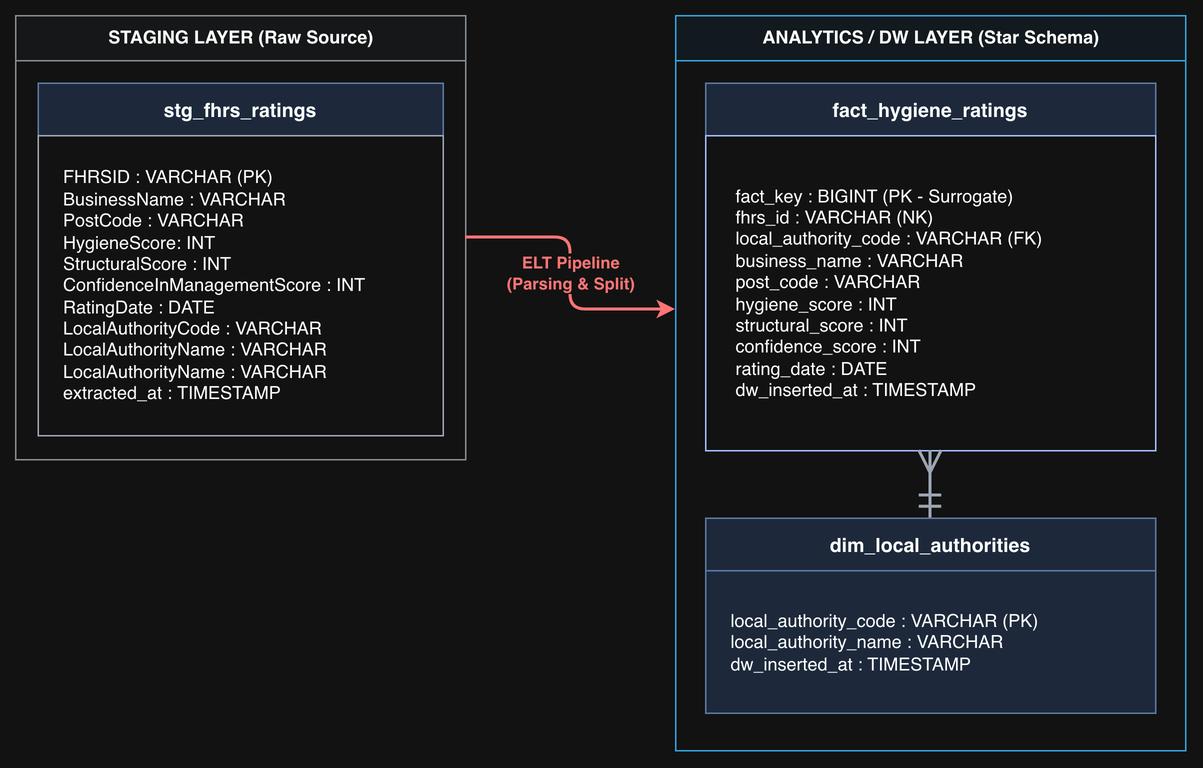
Above: fhrs.drawio.png in day-lee/london-restaurant-hygiene-pipeline (draw.io), before the change. Source tidied: cells renumbered, new cells last; positions are measured from the earlier drawing's top-left corner, leaving out a move shared by most shapes.
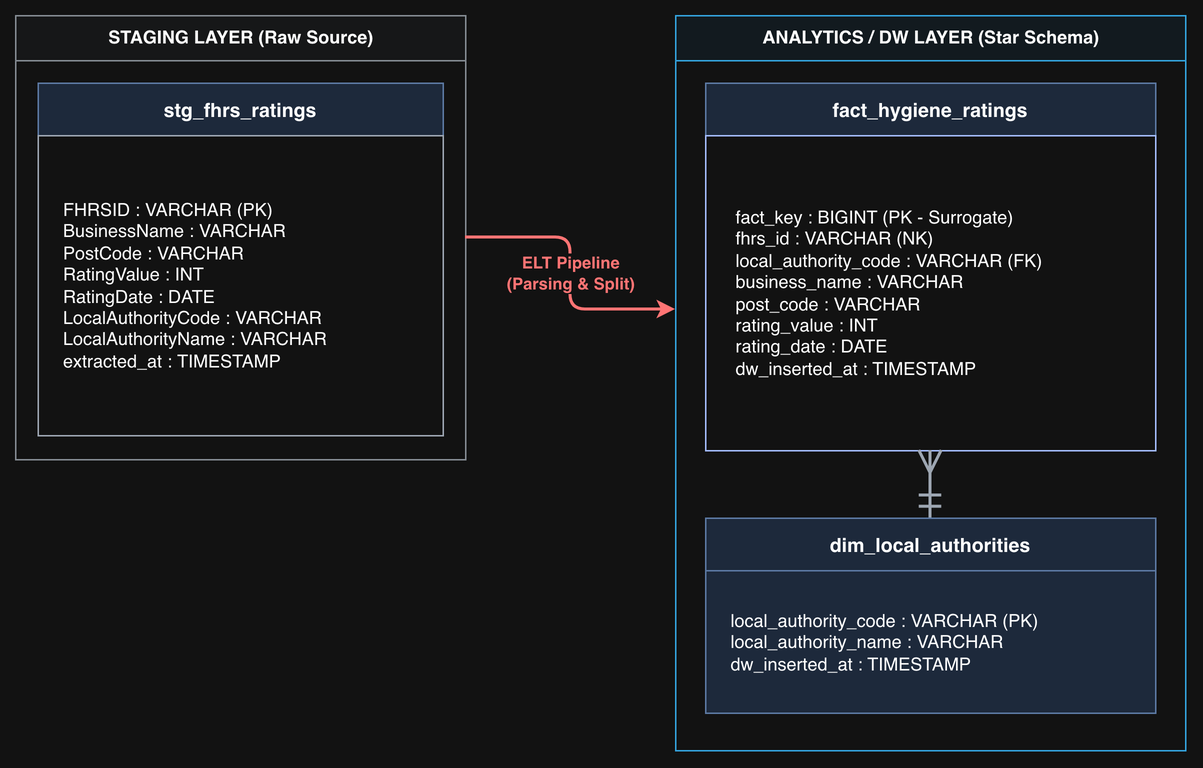
The same diagram one commit later.

Commit message:
Update schema img

What changed in the source:
```diff
@@ -8,7 +8,7 @@
     <mxCell id="3" value="stg_fhrs_ratings" style="rounded=0;whiteSpace=wrap;html=1;fontStyle=1;fontSize=13;align=center;fillColor=#dae8fc;strokeColor=#6c8ebf;" parent="2" vertex="1">
       <mxGeometry x="15" y="45" width="270" height="35" as="geometry" />
     </mxCell>
-    <mxCell id="4" value="FHRSID : VARCHAR (PK)&lt;br&gt;BusinessName : VARCHAR&lt;div&gt;PostCode : VARCHAR&lt;br&gt;HygieneScore&lt;span style=&quot;background-color: transparent; color: light-dark(rgb(0, 0, 0), rgb(255, 255, 255));&quot;&gt;: INT&lt;/span&gt;&lt;div&gt;StructuralScore : INT&lt;br&gt;ConfidenceInManagementScore : INT&lt;br&gt;RatingDate : DATE&lt;br&gt;LocalAuthorityCode : VARCHAR&lt;br&gt;LocalAuthorityName : VARCHAR&lt;/div&gt;&lt;div&gt;LocalAuthorityName : VARCHAR&lt;/div&gt;&lt;div&gt;extracted_at&amp;nbsp;:&amp;nbsp;&lt;span style=&quot;background-color: transparent; color: light-dark(rgb(0, 0, 0), rgb(255, 255, 255));&quot;&gt;TIMESTAMP&lt;/span&gt;&lt;/div&gt;&lt;/div&gt;" style="rounded=0;whiteSpace=wrap;html=1;fillColor=#ffffff;strokeColor=#4B5563;fontSize=12;align=left;spacingLeft=15;lineHeight=1.5;" parent="2" vertex="1">
+    <mxCell id="4" value="FHRSID : VARCHAR (PK)&lt;br&gt;BusinessName : VARCHAR&lt;div&gt;PostCode : VARCHAR&lt;br&gt;&lt;div&gt;RatingValue : INT&lt;br&gt;RatingDate : DATE&lt;br&gt;LocalAuthorityCode : VARCHAR&lt;br&gt;&lt;/div&gt;&lt;div&gt;LocalAuthorityName : VARCHAR&lt;/div&gt;&lt;div&gt;extracted_at&amp;nbsp;:&amp;nbsp;&lt;span style=&quot;background-color: transparent; color: light-dark(rgb(0, 0, 0), rgb(255, 255, 255));&quot;&gt;TIMESTAMP&lt;/span&gt;&lt;/div&gt;&lt;/div&gt;" style="rounded=0;whiteSpace=wrap;html=1;fillColor=#ffffff;strokeColor=#4B5563;fontSize=12;align=left;spacingLeft=15;lineHeight=1.5;" parent="2" vertex="1">
       <mxGeometry x="15" y="80" width="270" height="200" as="geometry" />
     </mxCell>
     <mxCell id="5" value="ANALYTICS / DW LAYER (Star Schema)" style="swimlane;html=1;startSize=30;horizontal=1;strokeColor=#0284c7;fillColor=#f0f9ff;fontSize=12;fontStyle=1;align=center;" parent="1" vertex="1">
@@ -17,7 +17,7 @@
     <mxCell id="6" value="fact_hygiene_ratings" style="rounded=0;whiteSpace=wrap;html=1;fillColor=#dae8fc;fontStyle=1;fontSize=13;align=center;strokeColor=#6c8ebf;" parent="5" vertex="1">
       <mxGeometry x="20" y="45" width="300" height="35" as="geometry" />
     </mxCell>
-    <mxCell id="7" value="&amp;nbsp;fact_key : BIGINT (PK - Surrogate)&lt;br&gt;&amp;nbsp;fhrs_id : VARCHAR (NK)&lt;br&gt;&amp;nbsp;local_authority_code : VARCHAR (FK)&lt;br&gt;&amp;nbsp;business_name : VARCHAR&lt;div&gt;&amp;nbsp;post_code : VARCHAR&lt;br&gt;&amp;nbsp;hygiene_score : INT&lt;br&gt;&amp;nbsp;structural_score : INT&lt;br&gt;&amp;nbsp;confidence_score : INT&lt;br&gt;&amp;nbsp;rating_date : DATE&lt;br&gt;&amp;nbsp;dw_inserted_at : TIMESTAMP&lt;/div&gt;" style="rounded=0;whiteSpace=wrap;html=1;fillColor=#ffffff;strokeColor=#1E3A8A;fontSize=12;align=left;spacingLeft=15;lineHeight=1.5;" parent="5" vertex="1">
+    <mxCell id="7" value="&amp;nbsp;fact_key : BIGINT (PK - Surrogate)&lt;br&gt;&amp;nbsp;fhrs_id : VARCHAR (NK)&lt;br&gt;&amp;nbsp;local_authority_code : VARCHAR (FK)&lt;br&gt;&amp;nbsp;business_name : VARCHAR&lt;div&gt;&amp;nbsp;post_code : VARCHAR&lt;br&gt;&amp;nbsp;rating_value : INT&lt;br&gt;&amp;nbsp;rating_date : DATE&lt;br&gt;&amp;nbsp;dw_inserted_at : TIMESTAMP&lt;/div&gt;" style="rounded=0;whiteSpace=wrap;html=1;fillColor=#ffffff;strokeColor=#1E3A8A;fontSize=12;align=left;spacingLeft=15;lineHeight=1.5;" parent="5" vertex="1">
       <mxGeometry x="20" y="80" width="300" height="210" as="geometry" />
     </mxCell>
     <mxCell id="8" value="dim_local_authorities" style="rounded=0;whiteSpace=wrap;html=1;fillColor=#dae8fc;fontStyle=1;fontSize=13;align=center;strokeColor=#6c8ebf;" parent="5" vertex="1">
```
